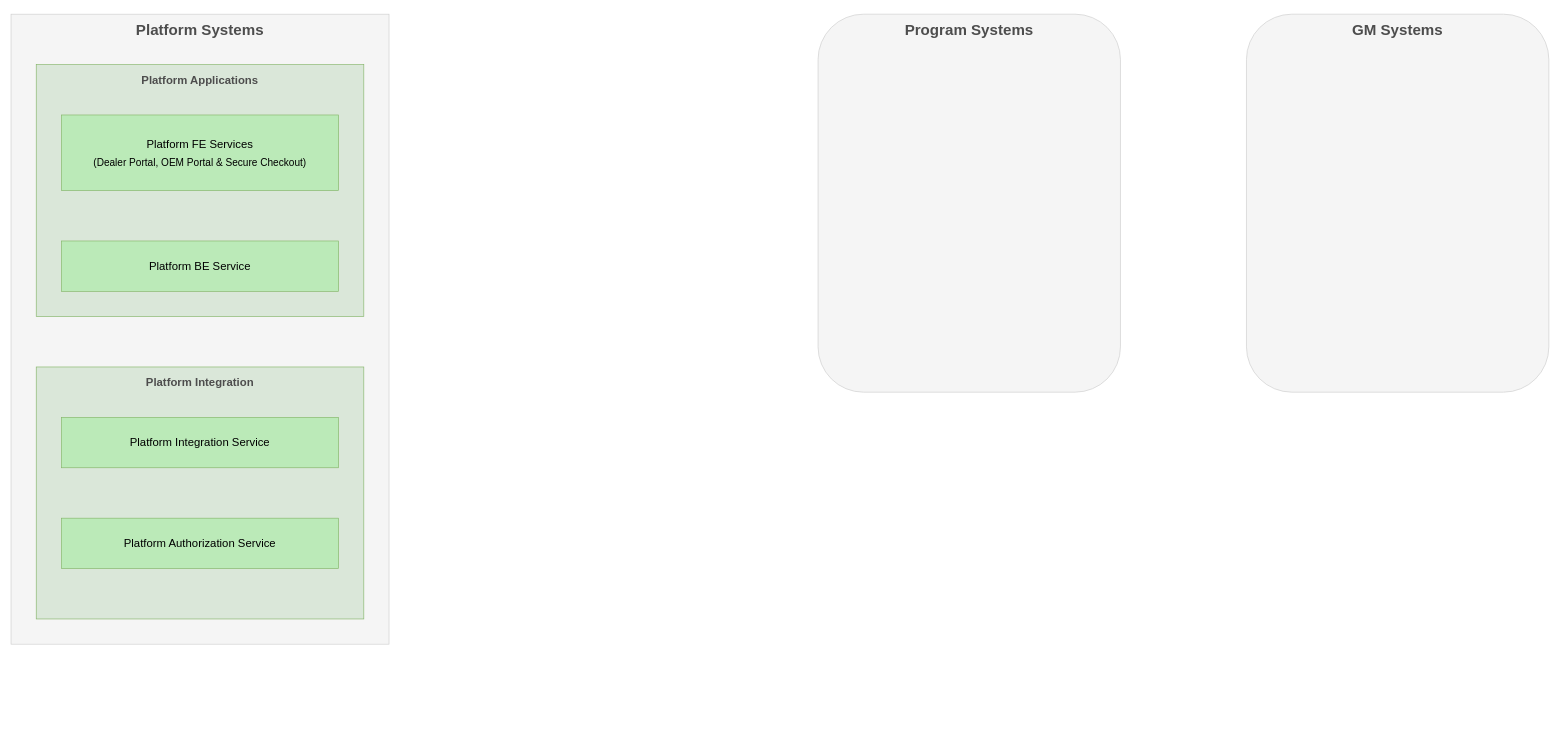
This is platform-iframe-hld.drawio from ssharifdev/draw.io, a draw.io file, before an edit. Source tidied: cells renumbered, new cells numbered last; positions are measured from the earlier drawing's top-left corner, leaving out a move shared by most shapes. Both pictures are drawn from the tidied source at 63%, with x=0, y=0 at pixel (11, 14).
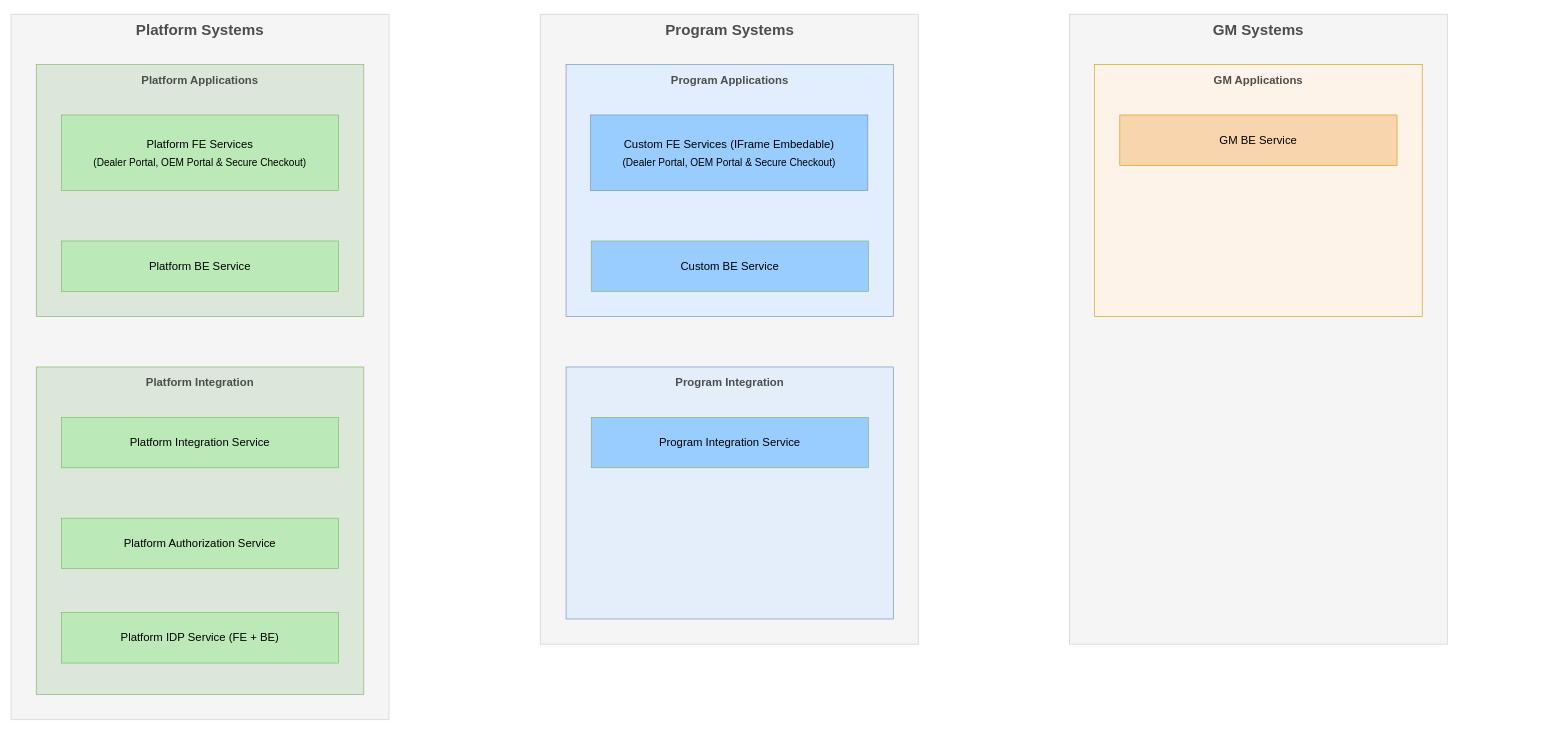
Above is the later version.

Diff of the diagram source:
```diff
@@
     <mxCell id="2" style="rounded=0;whiteSpace=wrap;html=1;fillColor=#f5f5f5;fontColor=#333333;strokeColor=#CCCCCC;" parent="1" vertex="1">
-      <mxGeometry width="600" height="1000" as="geometry" />
+      <mxGeometry width="600" height="1120" as="geometry" />
     </mxCell>
-    <mxCell id="3" style="rounded=1;whiteSpace=wrap;html=1;fillColor=#f5f5f5;fontColor=#333333;strokeColor=#CCCCCC;" parent="1" vertex="1">
-      <mxGeometry x="1281" width="480" height="600" as="geometry" />
+    <mxCell id="3" style="rounded=0;whiteSpace=wrap;html=1;fillColor=#f5f5f5;fontColor=#333333;strokeColor=#CCCCCC;" parent="1" vertex="1">
+      <mxGeometry x="840" width="600" height="1000" as="geometry" />
     </mxCell>
-    <mxCell id="4" style="rounded=1;whiteSpace=wrap;html=1;fillColor=#f5f5f5;fontColor=#333333;strokeColor=#CCCCCC;" parent="1" vertex="1">
-      <mxGeometry x="1961" width="480" height="600" as="geometry" />
+    <mxCell id="4" style="rounded=0;whiteSpace=wrap;html=1;fillColor=#f5f5f5;fontColor=#333333;strokeColor=#CCCCCC;" parent="1" vertex="1">
+      <mxGeometry x="1680" width="600" height="1000" as="geometry" />
     </mxCell>
@@
     <mxCell id="6" value="&lt;h1&gt;&lt;b&gt;Program Systems&lt;/b&gt;&lt;/h1&gt;" style="text;html=1;align=center;verticalAlign=middle;whiteSpace=wrap;rounded=0;fontColor=#4D4D4D;" parent="1" vertex="1">
-      <mxGeometry x="1386" y="10" width="270" height="30" as="geometry" />
+      <mxGeometry x="1006" y="10" width="270" height="30" as="geometry" />
     </mxCell>
     <mxCell id="7" value="&lt;h1&gt;&lt;b&gt;GM Systems&lt;/b&gt;&lt;/h1&gt;" style="text;html=1;align=center;verticalAlign=middle;whiteSpace=wrap;rounded=0;fontColor=#4D4D4D;" parent="1" vertex="1">
-      <mxGeometry x="2066" y="10" width="270" height="30" as="geometry" />
+      <mxGeometry x="1845" y="10" width="270" height="30" as="geometry" />
     </mxCell>
@@
     <mxCell id="12" style="rounded=0;whiteSpace=wrap;html=1;fillColor=#DAE7D9;strokeColor=#82b366;fillStyle=auto;" parent="1" vertex="1">
-      <mxGeometry x="40" y="560" width="520" height="400" as="geometry" />
+      <mxGeometry x="40" y="560" width="520" height="520" as="geometry" />
     </mxCell>
@@
+    <mxCell id="16" style="rounded=0;whiteSpace=wrap;html=1;fillColor=light-dark(#e2edfd, #1d293b);strokeColor=#6c8ebf;fillStyle=auto;" parent="1" vertex="1">
+      <mxGeometry x="881" y="80" width="520" height="400" as="geometry" />
+    </mxCell>
+    <mxCell id="17" value="&lt;h2&gt;&lt;b&gt;Program Applications&lt;/b&gt;&lt;/h2&gt;" style="text;html=1;align=center;verticalAlign=middle;whiteSpace=wrap;rounded=0;fontColor=#4D4D4D;" parent="1" vertex="1">
+      <mxGeometry x="1006" y="90" width="270" height="30" as="geometry" />
+    </mxCell>
+    <mxCell id="18" value="&lt;font style=&quot;line-height: 170%;&quot;&gt;&lt;font style=&quot;font-size: 18px; line-height: 170%;&quot;&gt;Custom FE Services (IFrame Embedable)&lt;/font&gt;&lt;br&gt;&lt;span&gt;&lt;font style=&quot;font-size: 16px; line-height: 170%;&quot;&gt;(Dealer Portal, OEM Portal &amp;amp; Secure Checkout)&lt;/font&gt;&lt;/span&gt;&lt;/font&gt;" style="rounded=0;whiteSpace=wrap;html=1;fillColor=#99CCFF;strokeColor=#6c8ebf;" parent="1" vertex="1">
+      <mxGeometry x="920" y="160" width="440" height="120" as="geometry" />
+    </mxCell>
+    <mxCell id="19" value="&lt;font style=&quot;line-height: 160%;&quot;&gt;&lt;font style=&quot;font-size: 18px; line-height: 160%;&quot;&gt;Custom BE Service&lt;/font&gt;&lt;br&gt;&lt;/font&gt;" style="rounded=0;whiteSpace=wrap;html=1;fillColor=#99CCFF;strokeColor=#82b366;" parent="1" vertex="1">
+      <mxGeometry x="921" y="360" width="440" height="80" as="geometry" />
+    </mxCell>
+    <mxCell id="20" style="rounded=0;whiteSpace=wrap;html=1;fillColor=light-dark(#e4eefb, #1d293b);strokeColor=#6c8ebf;fillStyle=auto;" parent="1" vertex="1">
+      <mxGeometry x="881" y="560" width="520" height="400" as="geometry" />
+    </mxCell>
+    <mxCell id="21" value="&lt;h2&gt;&lt;b&gt;Program Integration&lt;/b&gt;&lt;/h2&gt;" style="text;html=1;align=center;verticalAlign=middle;whiteSpace=wrap;rounded=0;fontColor=#4D4D4D;" parent="1" vertex="1">
+      <mxGeometry x="1006" y="570" width="270" height="30" as="geometry" />
+    </mxCell>
+    <mxCell id="22" value="&lt;font style=&quot;line-height: 160%;&quot;&gt;&lt;font style=&quot;font-size: 18px; line-height: 160%;&quot;&gt;Program Integration Service&lt;/font&gt;&lt;br&gt;&lt;/font&gt;" style="rounded=0;whiteSpace=wrap;html=1;fillColor=#99CCFF;strokeColor=#82b366;" parent="1" vertex="1">
+      <mxGeometry x="921" y="640" width="440" height="80" as="geometry" />
+    </mxCell>
+    <mxCell id="23" style="rounded=0;whiteSpace=wrap;html=1;fillColor=light-dark(#fdf3e8, #36210a);strokeColor=#d79b00;fillStyle=auto;" parent="1" vertex="1">
+      <mxGeometry x="1720" y="80" width="520" height="400" as="geometry" />
+    </mxCell>
+    <mxCell id="24" value="&lt;h2&gt;&lt;b&gt;GM Applications&lt;/b&gt;&lt;/h2&gt;" style="text;html=1;align=center;verticalAlign=middle;whiteSpace=wrap;rounded=0;fontColor=#4D4D4D;" parent="1" vertex="1">
+      <mxGeometry x="1845" y="90" width="270" height="30" as="geometry" />
+    </mxCell>
+    <mxCell id="25" value="&lt;font style=&quot;line-height: 160%;&quot;&gt;&lt;font style=&quot;font-size: 18px; line-height: 160%;&quot;&gt;GM BE Service&lt;/font&gt;&lt;br&gt;&lt;/font&gt;" style="rounded=0;whiteSpace=wrap;html=1;fillColor=light-dark(#f9d5ae, #36210a);strokeColor=#d79b00;" parent="1" vertex="1">
+      <mxGeometry x="1760" y="160" width="440" height="80" as="geometry" />
+    </mxCell>
+    <mxCell id="26" value="&lt;font style=&quot;line-height: 160%;&quot;&gt;&lt;font style=&quot;font-size: 18px; line-height: 160%;&quot;&gt;Platform IDP Service (FE + BE)&lt;/font&gt;&lt;br&gt;&lt;/font&gt;" style="rounded=0;whiteSpace=wrap;html=1;fillColor=#BBEAB8;strokeColor=#82b366;" parent="1" vertex="1">
+      <mxGeometry x="80" y="950" width="440" height="80" as="geometry" />
+    </mxCell>
```
